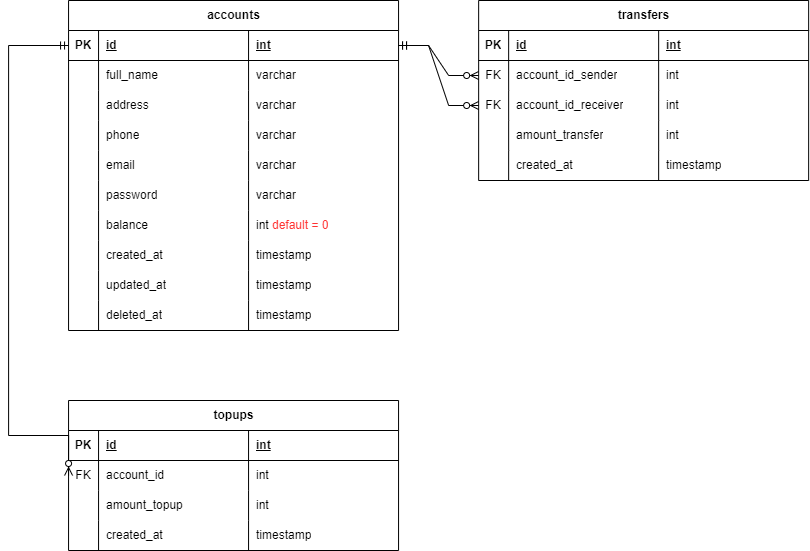
bentarraharja/account_app keeps this draw.io diagram as Account_Service_App.drawio.png. Above is the earlier version. Source tidied: cells renumbered, new cells last; positions are measured from the earlier drawing's top-left corner, leaving out a move shared by most shapes.
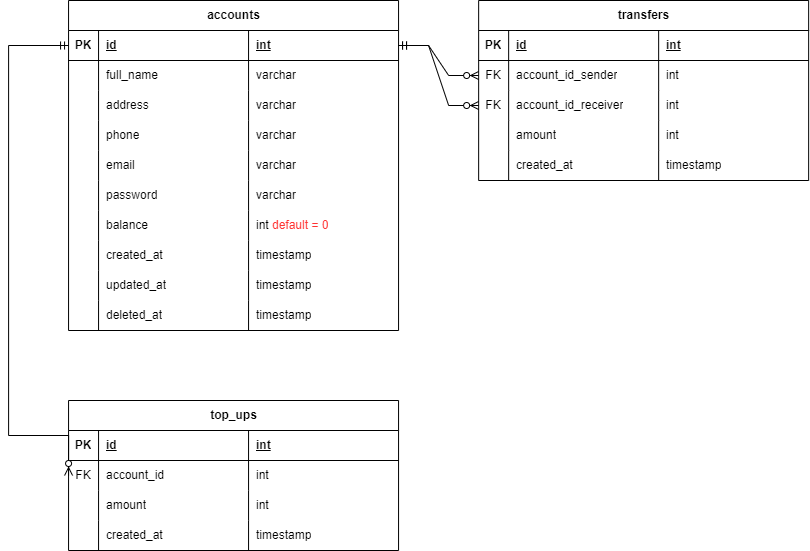
The same diagram one commit later.

What changed in the source:
```diff
@@ -170,7 +170,7 @@
     <mxCell id="57" style="shape=partialRectangle;fillColor=none;top=0;left=0;bottom=0;right=0;overflow=hidden;whiteSpace=wrap;html=1;" parent="56" vertex="1">
       <mxGeometry width="30" height="30" as="geometry" />
     </mxCell>
-    <mxCell id="58" value="amount_transfer" style="shape=partialRectangle;fillColor=none;top=0;left=0;bottom=0;right=0;align=left;spacingLeft=6;overflow=hidden;whiteSpace=wrap;html=1;" parent="56" vertex="1">
+    <mxCell id="58" value="amount" style="shape=partialRectangle;fillColor=none;top=0;left=0;bottom=0;right=0;align=left;spacingLeft=6;overflow=hidden;whiteSpace=wrap;html=1;" parent="56" vertex="1">
       <mxGeometry x="30" width="150" height="30" as="geometry" />
     </mxCell>
     <mxCell id="59" value="int" style="shape=partialRectangle;fillColor=none;top=0;left=0;bottom=0;right=0;align=left;spacingLeft=6;overflow=hidden;whiteSpace=wrap;html=1;" parent="56" vertex="1">
@@ -188,7 +188,7 @@
     <mxCell id="63" value="timestamp" style="shape=partialRectangle;fillColor=none;top=0;left=0;bottom=0;right=0;align=left;spacingLeft=6;overflow=hidden;whiteSpace=wrap;html=1;" parent="60" vertex="1">
       <mxGeometry x="180" width="150" height="30" as="geometry" />
     </mxCell>
-    <mxCell id="64" value="topups" style="shape=table;startSize=30;rowLines=0;fontStyle=1;align=center;html=1;" parent="1" vertex="1">
+    <mxCell id="64" value="top_ups" style="shape=table;startSize=30;rowLines=0;fontStyle=1;align=center;html=1;" parent="1" vertex="1">
       <mxGeometry x="60.1" y="400" width="330" height="150" as="geometry" />
     </mxCell>
     <mxCell id="65" style="shape=tableRow;horizontal=0;startSize=0;swimlaneHead=0;swimlaneBody=0;fillColor=none;top=0;left=0;right=0;bottom=1;" parent="64" vertex="1">
@@ -221,7 +221,7 @@
     <mxCell id="74" style="shape=partialRectangle;fillColor=none;top=0;left=0;bottom=0;right=0;overflow=hidden;whiteSpace=wrap;html=1;" parent="73" vertex="1">
       <mxGeometry width="30" height="30" as="geometry" />
     </mxCell>
-    <mxCell id="75" value="amount_topup" style="shape=partialRectangle;fillColor=none;top=0;left=0;bottom=0;right=0;align=left;spacingLeft=6;overflow=hidden;whiteSpace=wrap;html=1;" parent="73" vertex="1">
+    <mxCell id="75" value="amount" style="shape=partialRectangle;fillColor=none;top=0;left=0;bottom=0;right=0;align=left;spacingLeft=6;overflow=hidden;whiteSpace=wrap;html=1;" parent="73" vertex="1">
       <mxGeometry x="30" width="150" height="30" as="geometry" />
     </mxCell>
     <mxCell id="76" value="int" style="shape=partialRectangle;fillColor=none;top=0;left=0;bottom=0;right=0;align=left;spacingLeft=6;overflow=hidden;whiteSpace=wrap;html=1;" parent="73" vertex="1">
```
